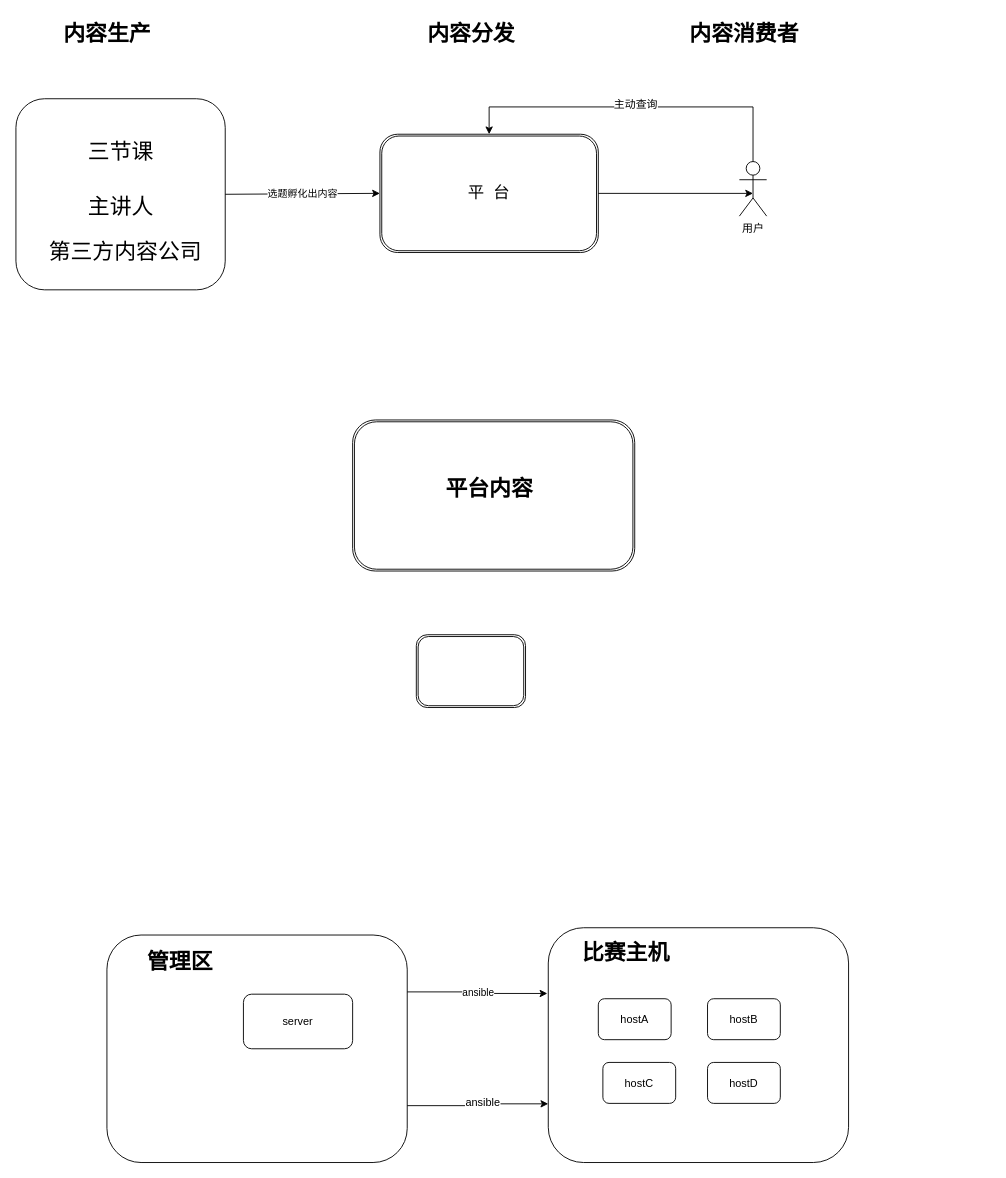
cpu6660/knight keeps this draw.io diagram as page 7 of 7 of snail_process.drawio. Above is the earlier version. Source tidied: cells renumbered, new cells numbered last; positions are measured from the earlier drawing's top-left corner, leaving out a move shared by most shapes. Both pictures are drawn from the tidied source at 91%, with x=0, y=0 at pixel (15, 15).
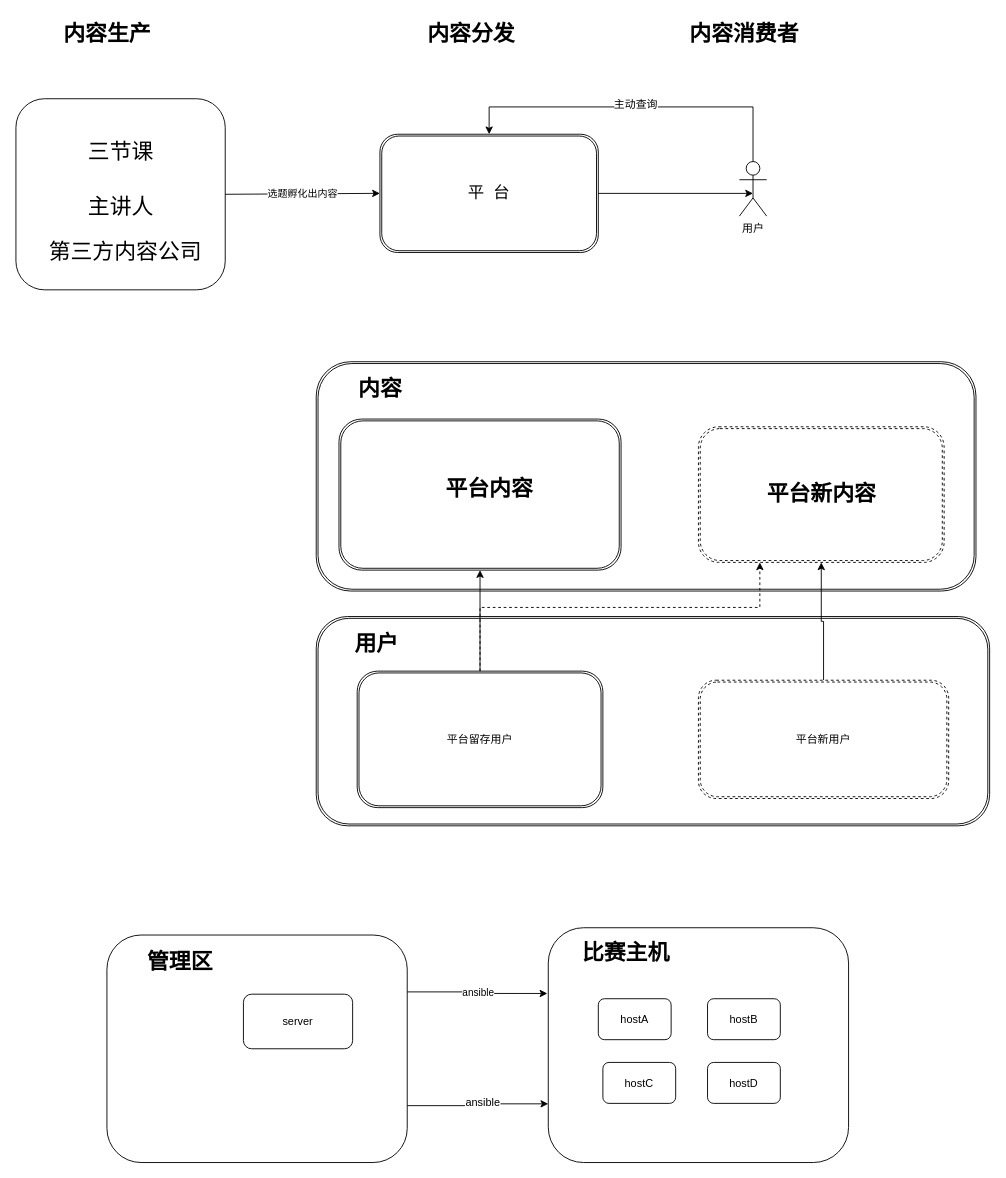
The same diagram, later.

What changed in the source:
```diff
@@
+    <mxCell id="31" style="shape=ext;double=1;rounded=1;whiteSpace=wrap;html=1;" parent="1" vertex="1">
+      <mxGeometry x="330" y="660" width="740" height="230" as="geometry" />
+    </mxCell>
+    <mxCell id="32" style="shape=ext;double=1;rounded=1;whiteSpace=wrap;html=1;shadow=0;startSize=20;fillColor=none;" parent="1" vertex="1">
+      <mxGeometry x="330" y="380" width="725" height="252" as="geometry" />
+    </mxCell>
@@
     <mxCell id="16" style="shape=ext;double=1;rounded=1;whiteSpace=wrap;html=1;shadow=0;startSize=20;fillColor=none;" parent="1" vertex="1">
-      <mxGeometry x="370" y="444" width="310" height="166" as="geometry" />
+      <mxGeometry x="355" y="443" width="310" height="166" as="geometry" />
     </mxCell>
@@
+    <mxCell id="33" style="edgeStyle=orthogonalEdgeStyle;rounded=0;jettySize=auto;html=1;exitX=0.5;exitY=0;exitDx=0;exitDy=0;entryX=0.5;entryY=1;entryDx=0;entryDy=0;" parent="1" edge="1" source="18" target="16">
+      <mxGeometry relative="1" as="geometry" />
+    </mxCell>
+    <mxCell id="34" style="edgeStyle=orthogonalEdgeStyle;rounded=0;jettySize=auto;html=1;exitX=0.5;exitY=0;exitDx=0;exitDy=0;entryX=0.25;entryY=1;entryDx=0;entryDy=0;dashed=1;" parent="1" edge="1" source="18" target="35">
+      <mxGeometry relative="1" as="geometry">
+        <Array as="points">
+          <mxPoint x="510" y="650" />
+          <mxPoint x="818" y="650" />
+        </Array>
+      </mxGeometry>
+    </mxCell>
-    <mxCell id="18" style="shape=ext;double=1;rounded=1;whiteSpace=wrap;html=1;shadow=0;startSize=20;fillColor=none;" parent="1" vertex="1">
-      <mxGeometry x="440" y="680" width="120" height="80" as="geometry" />
+    <mxCell id="18" value="平台留存用户" style="shape=ext;double=1;rounded=1;whiteSpace=wrap;html=1;shadow=0;startSize=20;fillColor=none;" parent="1" vertex="1">
+      <mxGeometry x="375" y="720" width="270" height="150" as="geometry" />
     </mxCell>
@@
+    <mxCell id="35" style="shape=ext;double=1;rounded=1;whiteSpace=wrap;html=1;shadow=0;startSize=20;fillColor=none;dashed=1;" parent="1" vertex="1">
+      <mxGeometry x="750" y="451.5" width="270" height="149" as="geometry" />
+    </mxCell>
+    <mxCell id="36" value="平台新内容" style="text;strokeColor=none;fillColor=none;html=1;fontSize=24;fontStyle=1;verticalAlign=middle;align=center;" parent="1" vertex="1">
+      <mxGeometry x="835" y="506" width="100" height="40" as="geometry" />
+    </mxCell>
+    <mxCell id="37" style="edgeStyle=orthogonalEdgeStyle;rounded=0;jettySize=auto;html=1;exitX=0.5;exitY=0;exitDx=0;exitDy=0;entryX=0.5;entryY=1;entryDx=0;entryDy=0;" parent="1" edge="1" source="38" target="35">
+      <mxGeometry relative="1" as="geometry" />
+    </mxCell>
+    <mxCell id="38" value="平台新用户" style="shape=ext;double=1;rounded=1;whiteSpace=wrap;html=1;dashed=1;" parent="1" vertex="1">
+      <mxGeometry x="750" y="730" width="275" height="130" as="geometry" />
+    </mxCell>
+    <mxCell id="39" value="内容" style="text;strokeColor=none;fillColor=none;html=1;fontSize=24;fontStyle=1;verticalAlign=middle;align=center;dashed=1;" parent="1" vertex="1">
+      <mxGeometry x="350" y="390" width="100" height="40" as="geometry" />
+    </mxCell>
+    <mxCell id="40" value="用户" style="text;strokeColor=none;fillColor=none;html=1;fontSize=24;fontStyle=1;verticalAlign=middle;align=center;" parent="1" vertex="1">
+      <mxGeometry x="346" y="670" width="100" height="40" as="geometry" />
+    </mxCell>
```
